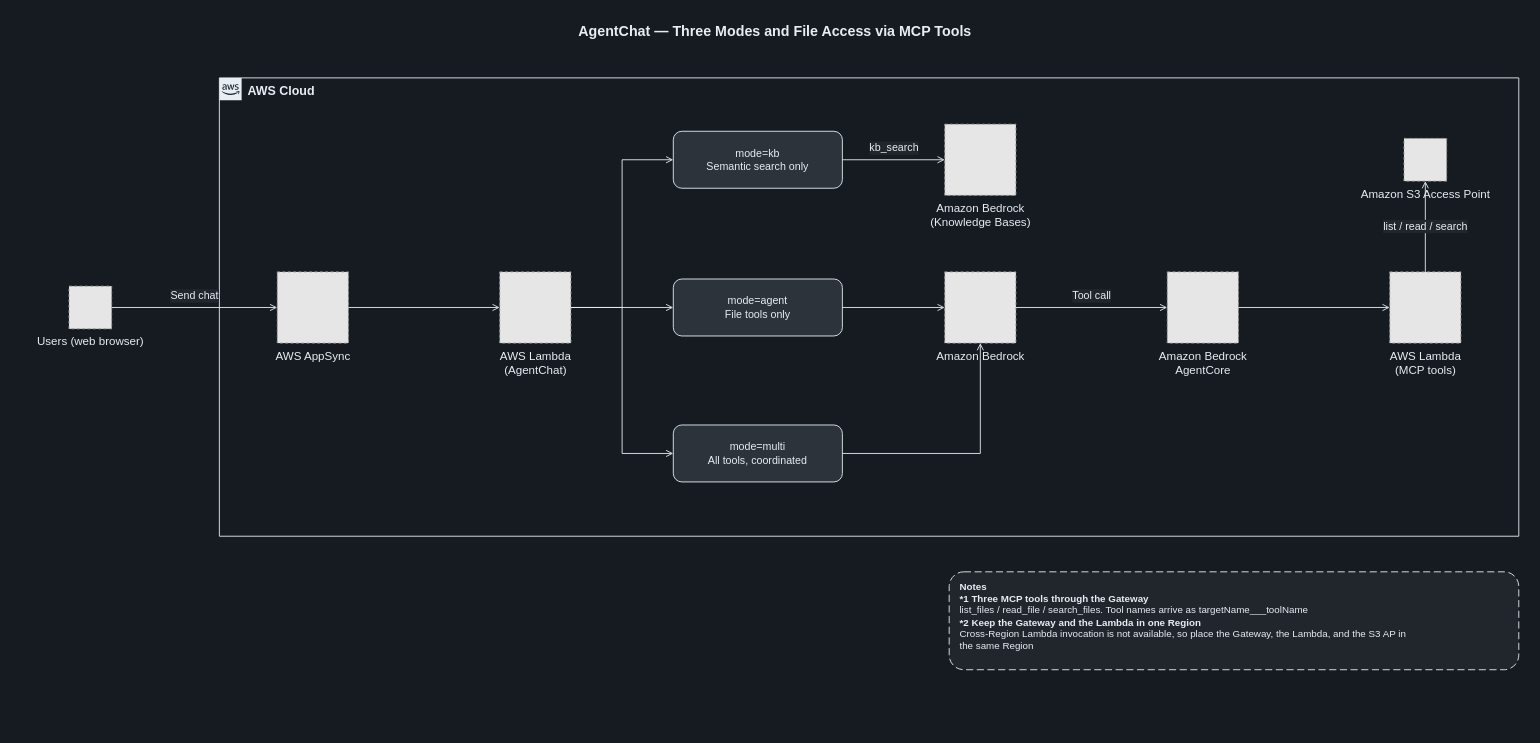
Yoshiki0705/FSx-for-ONTAP-S3AccessPoints-Serverless-Patterns keeps this draw.io diagram as docs/diagrams/dark/part3-agentchat-modes-en.drawio. Above is the earlier version. Source tidied: cells renumbered, new cells numbered last; positions are measured from the earlier drawing's top-left corner, leaving out a move shared by most shapes. Both pictures are drawn from the tidied source at 89%, with x=0, y=0 at pixel (29, 15). Pictures stored in the file or linked from it are replaced by grey dashed boxes.
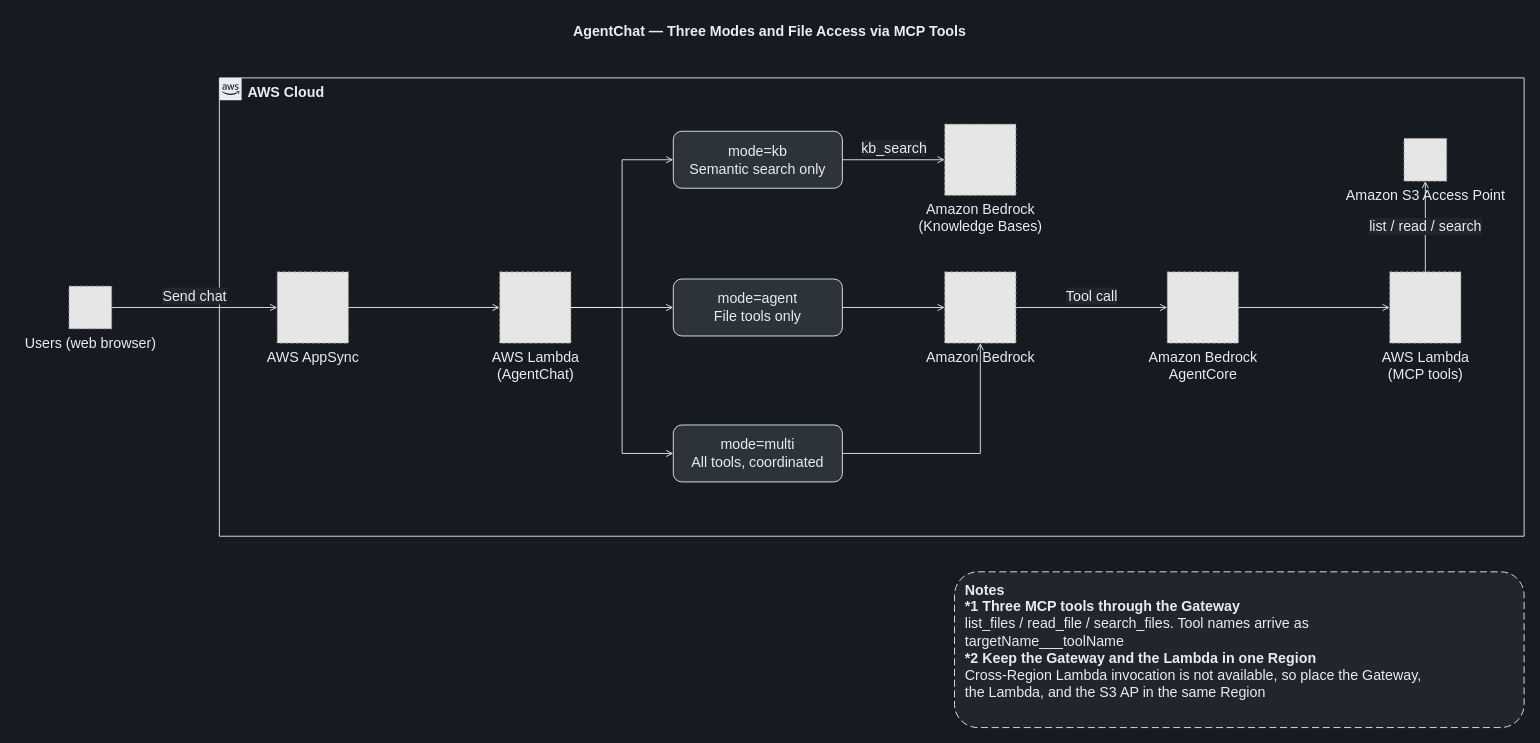
The same diagram, later.

Diff of the diagram source:
```diff
@@
     <mxCell id="2" value="AgentChat — Three Modes and File Access via MCP Tools" style="text;html=1;align=center;verticalAlign=middle;fontSize=16;fontStyle=1;fontColor=#E6EDF3;" parent="1" vertex="1">
-      <mxGeometry width="1673" height="34" as="geometry" />
+      <mxGeometry x="-16" width="1694" height="34" as="geometry" />
     </mxCell>
-    <mxCell id="3" value="AWS Cloud" style="gradientColor=none;html=1;whiteSpace=wrap;fontSize=14;fontStyle=1;shape=mxgraph.aws4.group;grIcon=mxgraph.aws4.group_aws_cloud_alt;strokeColor=#E6EDF3;fillColor=none;verticalAlign=top;align=left;spacingLeft=30;fontColor=#E6EDF3;dashed=0;" parent="1" vertex="1">
-      <mxGeometry x="213" y="70" width="1460" height="515" as="geometry" />
+    <mxCell id="3" value="AWS Cloud" style="gradientColor=none;html=1;whiteSpace=wrap;fontSize=16;fontStyle=1;shape=mxgraph.aws4.group;grIcon=mxgraph.aws4.group_aws_cloud_alt;strokeColor=#E6EDF3;fillColor=none;verticalAlign=top;align=left;spacingLeft=30;fontColor=#E6EDF3;dashed=0;" parent="1" vertex="1">
+      <mxGeometry x="213" y="70" width="1466" height="515" as="geometry" />
     </mxCell>
-    <mxCell id="4" value="Users (web browser)" style="fillColor=#E6E6E6;strokeColor=#999999;dashed=1;html=1;verticalLabelPosition=bottom;verticalAlign=top;labelPosition=center;align=center;fontSize=13;fontColor=#E6EDF3;" parent="1" vertex="1">
+    <mxCell id="4" value="Users (web browser)" style="fillColor=#E6E6E6;strokeColor=#999999;dashed=1;html=1;verticalLabelPosition=bottom;verticalAlign=top;labelPosition=center;align=center;fontSize=16;fontColor=#E6EDF3;" parent="1" vertex="1">
       <mxGeometry x="44" y="304" width="48" height="48" as="geometry" />
     </mxCell>
-    <mxCell id="5" value="AWS AppSync" style="fillColor=#E6E6E6;strokeColor=#999999;dashed=1;html=1;verticalLabelPosition=bottom;verticalAlign=top;labelPosition=center;align=center;fontSize=13;fontColor=#E6EDF3;" parent="1" vertex="1">
+    <mxCell id="5" value="AWS AppSync" style="fillColor=#E6E6E6;strokeColor=#999999;dashed=1;html=1;verticalLabelPosition=bottom;verticalAlign=top;labelPosition=center;align=center;fontSize=16;fontColor=#E6EDF3;" parent="1" vertex="1">
       <mxGeometry x="278" y="288" width="80" height="80" as="geometry" />
     </mxCell>
-    <mxCell id="6" value="AWS Lambda&lt;br&gt;(AgentChat)" style="fillColor=#E6E6E6;strokeColor=#999999;dashed=1;html=1;verticalLabelPosition=bottom;verticalAlign=top;labelPosition=center;align=center;fontSize=13;fontColor=#E6EDF3;" parent="1" vertex="1">
+    <mxCell id="6" value="AWS Lambda&lt;br&gt;(AgentChat)" style="fillColor=#E6E6E6;strokeColor=#999999;dashed=1;html=1;verticalLabelPosition=bottom;verticalAlign=top;labelPosition=center;align=center;fontSize=16;fontColor=#E6EDF3;" parent="1" vertex="1">
       <mxGeometry x="528" y="288" width="80" height="80" as="geometry" />
     </mxCell>
-    <mxCell id="7" value="mode=kb&lt;br&gt;Semantic search only" style="rounded=1;whiteSpace=wrap;html=1;dashed=0;strokeColor=#E6EDF3;fillColor=#2D333B;align=center;verticalAlign=middle;fontSize=12;fontColor=#E6EDF3;" parent="1" vertex="1">
+    <mxCell id="7" value="mode=kb&lt;br&gt;Semantic search only" style="rounded=1;whiteSpace=wrap;html=1;dashed=0;strokeColor=#E6EDF3;fillColor=#2D333B;align=center;verticalAlign=middle;fontSize=16;fontColor=#E6EDF3;" parent="1" vertex="1">
       <mxGeometry x="723" y="130" width="190" height="64" as="geometry" />
     </mxCell>
-    <mxCell id="8" value="mode=agent&lt;br&gt;File tools only" style="rounded=1;whiteSpace=wrap;html=1;dashed=0;strokeColor=#E6EDF3;fillColor=#2D333B;align=center;verticalAlign=middle;fontSize=12;fontColor=#E6EDF3;" parent="1" vertex="1">
+    <mxCell id="8" value="mode=agent&lt;br&gt;File tools only" style="rounded=1;whiteSpace=wrap;html=1;dashed=0;strokeColor=#E6EDF3;fillColor=#2D333B;align=center;verticalAlign=middle;fontSize=16;fontColor=#E6EDF3;" parent="1" vertex="1">
       <mxGeometry x="723" y="296" width="190" height="64" as="geometry" />
     </mxCell>
-    <mxCell id="9" value="mode=multi&lt;br&gt;All tools, coordinated" style="rounded=1;whiteSpace=wrap;html=1;dashed=0;strokeColor=#E6EDF3;fillColor=#2D333B;align=center;verticalAlign=middle;fontSize=12;fontColor=#E6EDF3;" parent="1" vertex="1">
+    <mxCell id="9" value="mode=multi&lt;br&gt;All tools, coordinated" style="rounded=1;whiteSpace=wrap;html=1;dashed=0;strokeColor=#E6EDF3;fillColor=#2D333B;align=center;verticalAlign=middle;fontSize=16;fontColor=#E6EDF3;" parent="1" vertex="1">
       <mxGeometry x="723" y="460" width="190" height="64" as="geometry" />
     </mxCell>
-    <mxCell id="10" value="Amazon Bedrock&lt;br&gt;(Knowledge Bases)" style="fillColor=#E6E6E6;strokeColor=#999999;dashed=1;html=1;verticalLabelPosition=bottom;verticalAlign=top;labelPosition=center;align=center;fontSize=13;fontColor=#E6EDF3;" parent="1" vertex="1">
+    <mxCell id="10" value="Amazon Bedrock&lt;br&gt;(Knowledge Bases)" style="fillColor=#E6E6E6;strokeColor=#999999;dashed=1;html=1;verticalLabelPosition=bottom;verticalAlign=top;labelPosition=center;align=center;fontSize=16;fontColor=#E6EDF3;" parent="1" vertex="1">
       <mxGeometry x="1028" y="122" width="80" height="80" as="geometry" />
     </mxCell>
-    <mxCell id="11" value="Amazon Bedrock" style="fillColor=#E6E6E6;strokeColor=#999999;dashed=1;html=1;verticalLabelPosition=bottom;verticalAlign=top;labelPosition=center;align=center;fontSize=13;fontColor=#E6EDF3;" parent="1" vertex="1">
+    <mxCell id="11" value="Amazon Bedrock" style="fillColor=#E6E6E6;strokeColor=#999999;dashed=1;html=1;verticalLabelPosition=bottom;verticalAlign=top;labelPosition=center;align=center;fontSize=16;fontColor=#E6EDF3;" parent="1" vertex="1">
       <mxGeometry x="1028" y="288" width="80" height="80" as="geometry" />
     </mxCell>
-    <mxCell id="12" value="Amazon Bedrock&lt;br&gt;AgentCore" style="fillColor=#E6E6E6;strokeColor=#999999;dashed=1;html=1;verticalLabelPosition=bottom;verticalAlign=top;labelPosition=center;align=center;fontSize=13;fontColor=#E6EDF3;" parent="1" vertex="1">
+    <mxCell id="12" value="Amazon Bedrock&lt;br&gt;AgentCore" style="fillColor=#E6E6E6;strokeColor=#999999;dashed=1;html=1;verticalLabelPosition=bottom;verticalAlign=top;labelPosition=center;align=center;fontSize=16;fontColor=#E6EDF3;" parent="1" vertex="1">
       <mxGeometry x="1278" y="288" width="80" height="80" as="geometry" />
     </mxCell>
-    <mxCell id="13" value="AWS Lambda&lt;br&gt;(MCP tools)" style="fillColor=#E6E6E6;strokeColor=#999999;dashed=1;html=1;verticalLabelPosition=bottom;verticalAlign=top;labelPosition=center;align=center;fontSize=13;fontColor=#E6EDF3;" parent="1" vertex="1">
+    <mxCell id="13" value="AWS Lambda&lt;br&gt;(MCP tools)" style="fillColor=#E6E6E6;strokeColor=#999999;dashed=1;html=1;verticalLabelPosition=bottom;verticalAlign=top;labelPosition=center;align=center;fontSize=16;fontColor=#E6EDF3;" parent="1" vertex="1">
       <mxGeometry x="1528" y="288" width="80" height="80" as="geometry" />
     </mxCell>
-    <mxCell id="14" value="Amazon S3 Access Point" style="fillColor=#E6E6E6;strokeColor=#999999;dashed=1;html=1;verticalLabelPosition=bottom;verticalAlign=top;labelPosition=center;align=center;fontSize=13;fontColor=#E6EDF3;" parent="1" vertex="1">
+    <mxCell id="14" value="Amazon S3 Access Point" style="fillColor=#E6E6E6;strokeColor=#999999;dashed=1;html=1;verticalLabelPosition=bottom;verticalAlign=top;labelPosition=center;align=center;fontSize=16;fontColor=#E6EDF3;" parent="1" vertex="1">
       <mxGeometry x="1544" y="138" width="48" height="48" as="geometry" />
     </mxCell>
-    <mxCell id="15" value="Send chat" style="edgeStyle=orthogonalEdgeStyle;rounded=0;jettySize=auto;html=1;endArrow=open;endFill=0;strokeColor=#E6EDF3;strokeWidth=1;fontSize=12;fontColor=#E6EDF3;labelBackgroundColor=#21262D;" parent="1" edge="1" source="4" target="5">
+    <mxCell id="15" value="Send chat" style="edgeStyle=orthogonalEdgeStyle;rounded=0;jettySize=auto;html=1;endArrow=open;endFill=0;strokeColor=#E6EDF3;strokeWidth=1;fontSize=16;fontColor=#E6EDF3;labelBackgroundColor=#21262D;" parent="1" edge="1" source="4" target="5">
       <mxGeometry relative="1" as="geometry">
         <mxPoint y="-13" as="offset" />
       </mxGeometry>
     </mxCell>
-    <mxCell id="16" style="edgeStyle=orthogonalEdgeStyle;rounded=0;jettySize=auto;html=1;endArrow=open;endFill=0;strokeColor=#E6EDF3;strokeWidth=1;fontSize=12;fontColor=#E6EDF3;labelBackgroundColor=#21262D;" parent="1" edge="1" source="5" target="6">
+    <mxCell id="16" style="edgeStyle=orthogonalEdgeStyle;rounded=0;jettySize=auto;html=1;endArrow=open;endFill=0;strokeColor=#E6EDF3;strokeWidth=1;fontSize=16;fontColor=#E6EDF3;labelBackgroundColor=#21262D;" parent="1" edge="1" source="5" target="6">
       <mxGeometry relative="1" as="geometry" />
     </mxCell>
-    <mxCell id="17" style="edgeStyle=orthogonalEdgeStyle;rounded=0;jettySize=auto;html=1;endArrow=open;endFill=0;strokeColor=#E6EDF3;strokeWidth=1;fontSize=12;fontColor=#E6EDF3;labelBackgroundColor=#21262D;exitX=1;exitY=0.5;exitDx=0;exitDy=0;entryX=0;entryY=0.5;entryDx=0;entryDy=0;" parent="1" edge="1" source="6" target="7">
+    <mxCell id="17" style="edgeStyle=orthogonalEdgeStyle;rounded=0;jettySize=auto;html=1;endArrow=open;endFill=0;strokeColor=#E6EDF3;strokeWidth=1;fontSize=16;fontColor=#E6EDF3;labelBackgroundColor=#21262D;exitX=1;exitY=0.5;exitDx=0;exitDy=0;entryX=0;entryY=0.5;entryDx=0;entryDy=0;" parent="1" edge="1" source="6" target="7">
       <mxGeometry relative="1" as="geometry" />
     </mxCell>
-    <mxCell id="18" style="edgeStyle=orthogonalEdgeStyle;rounded=0;jettySize=auto;html=1;endArrow=open;endFill=0;strokeColor=#E6EDF3;strokeWidth=1;fontSize=12;fontColor=#E6EDF3;labelBackgroundColor=#21262D;exitX=1;exitY=0.5;exitDx=0;exitDy=0;entryX=0;entryY=0.5;entryDx=0;entryDy=0;" parent="1" edge="1" source="6" target="8">
+    <mxCell id="18" style="edgeStyle=orthogonalEdgeStyle;rounded=0;jettySize=auto;html=1;endArrow=open;endFill=0;strokeColor=#E6EDF3;strokeWidth=1;fontSize=16;fontColor=#E6EDF3;labelBackgroundColor=#21262D;exitX=1;exitY=0.5;exitDx=0;exitDy=0;entryX=0;entryY=0.5;entryDx=0;entryDy=0;" parent="1" edge="1" source="6" target="8">
       <mxGeometry relative="1" as="geometry" />
     </mxCell>
-    <mxCell id="19" style="edgeStyle=orthogonalEdgeStyle;rounded=0;jettySize=auto;html=1;endArrow=open;endFill=0;strokeColor=#E6EDF3;strokeWidth=1;fontSize=12;fontColor=#E6EDF3;labelBackgroundColor=#21262D;exitX=1;exitY=0.5;exitDx=0;exitDy=0;entryX=0;entryY=0.5;entryDx=0;entryDy=0;" parent="1" edge="1" source="6" target="9">
+    <mxCell id="19" style="edgeStyle=orthogonalEdgeStyle;rounded=0;jettySize=auto;html=1;endArrow=open;endFill=0;strokeColor=#E6EDF3;strokeWidth=1;fontSize=16;fontColor=#E6EDF3;labelBackgroundColor=#21262D;exitX=1;exitY=0.5;exitDx=0;exitDy=0;entryX=0;entryY=0.5;entryDx=0;entryDy=0;" parent="1" edge="1" source="6" target="9">
       <mxGeometry relative="1" as="geometry" />
     </mxCell>
-    <mxCell id="20" value="kb_search" style="edgeStyle=orthogonalEdgeStyle;rounded=0;jettySize=auto;html=1;endArrow=open;endFill=0;strokeColor=#E6EDF3;strokeWidth=1;fontSize=12;fontColor=#E6EDF3;labelBackgroundColor=#21262D;" parent="1" edge="1" source="7" target="10">
+    <mxCell id="20" value="kb_search" style="edgeStyle=orthogonalEdgeStyle;rounded=0;jettySize=auto;html=1;endArrow=open;endFill=0;strokeColor=#E6EDF3;strokeWidth=1;fontSize=16;fontColor=#E6EDF3;labelBackgroundColor=#21262D;" parent="1" edge="1" source="7" target="10">
       <mxGeometry relative="1" as="geometry">
         <mxPoint y="-13" as="offset" />
       </mxGeometry>
     </mxCell>
-    <mxCell id="21" style="edgeStyle=orthogonalEdgeStyle;rounded=0;jettySize=auto;html=1;endArrow=open;endFill=0;strokeColor=#E6EDF3;strokeWidth=1;fontSize=12;fontColor=#E6EDF3;labelBackgroundColor=#21262D;" parent="1" edge="1" source="8" target="11">
+    <mxCell id="21" style="edgeStyle=orthogonalEdgeStyle;rounded=0;jettySize=auto;html=1;endArrow=open;endFill=0;strokeColor=#E6EDF3;strokeWidth=1;fontSize=16;fontColor=#E6EDF3;labelBackgroundColor=#21262D;" parent="1" edge="1" source="8" target="11">
       <mxGeometry relative="1" as="geometry" />
     </mxCell>
-    <mxCell id="22" style="edgeStyle=orthogonalEdgeStyle;rounded=0;jettySize=auto;html=1;endArrow=open;endFill=0;strokeColor=#E6EDF3;strokeWidth=1;fontSize=12;fontColor=#E6EDF3;labelBackgroundColor=#21262D;" parent="1" edge="1" source="9" target="11">
+    <mxCell id="22" style="edgeStyle=orthogonalEdgeStyle;rounded=0;jettySize=auto;html=1;endArrow=open;endFill=0;strokeColor=#E6EDF3;strokeWidth=1;fontSize=16;fontColor=#E6EDF3;labelBackgroundColor=#21262D;" parent="1" edge="1" source="9" target="11">
       <mxGeometry relative="1" as="geometry" />
     </mxCell>
-    <mxCell id="23" value="Tool call" style="edgeStyle=orthogonalEdgeStyle;rounded=0;jettySize=auto;html=1;endArrow=open;endFill=0;strokeColor=#E6EDF3;strokeWidth=1;fontSize=12;fontColor=#E6EDF3;labelBackgroundColor=#21262D;" parent="1" edge="1" source="11" target="12">
+    <mxCell id="23" value="Tool call" style="edgeStyle=orthogonalEdgeStyle;rounded=0;jettySize=auto;html=1;endArrow=open;endFill=0;strokeColor=#E6EDF3;strokeWidth=1;fontSize=16;fontColor=#E6EDF3;labelBackgroundColor=#21262D;" parent="1" edge="1" source="11" target="12">
       <mxGeometry relative="1" as="geometry">
         <mxPoint y="-13" as="offset" />
       </mxGeometry>
     </mxCell>
-    <mxCell id="24" style="edgeStyle=orthogonalEdgeStyle;rounded=0;jettySize=auto;html=1;endArrow=open;endFill=0;strokeColor=#E6EDF3;strokeWidth=1;fontSize=12;fontColor=#E6EDF3;labelBackgroundColor=#21262D;" parent="1" edge="1" source="12" target="13">
+    <mxCell id="24" style="edgeStyle=orthogonalEdgeStyle;rounded=0;jettySize=auto;html=1;endArrow=open;endFill=0;strokeColor=#E6EDF3;strokeWidth=1;fontSize=16;fontColor=#E6EDF3;labelBackgroundColor=#21262D;" parent="1" edge="1" source="12" target="13">
       <mxGeometry relative="1" as="geometry" />
     </mxCell>
-    <mxCell id="25" value="list / read / search" style="edgeStyle=orthogonalEdgeStyle;rounded=0;jettySize=auto;html=1;endArrow=open;endFill=0;strokeColor=#E6EDF3;strokeWidth=1;fontSize=12;fontColor=#E6EDF3;labelBackgroundColor=#21262D;" parent="1" edge="1" source="13" target="14">
+    <mxCell id="25" value="list / read / search" style="edgeStyle=orthogonalEdgeStyle;rounded=0;jettySize=auto;html=1;endArrow=open;endFill=0;strokeColor=#E6EDF3;strokeWidth=1;fontSize=16;fontColor=#E6EDF3;labelBackgroundColor=#21262D;" parent="1" edge="1" source="13" target="14">
       <mxGeometry relative="1" as="geometry" />
     </mxCell>
-    <mxCell id="26" value="&lt;b&gt;Notes&lt;/b&gt;&lt;br&gt;&lt;b&gt;*1 Three MCP tools through the Gateway&lt;/b&gt;&lt;br&gt;list_files / read_file / search_files. Tool names arrive as targetName___toolName&lt;br&gt;&lt;b&gt;*2 Keep the Gateway and the Lambda in one Region&lt;/b&gt;&lt;br&gt;Cross-Region Lambda invocation is not available, so place the Gateway, the Lambda, and the S3 AP in&lt;br&gt;the same Region" style="rounded=1;whiteSpace=wrap;html=1;dashed=1;dashPattern=8 4;strokeColor=#E6EDF3;fillColor=#21262D;align=left;verticalAlign=top;spacingLeft=10;spacingTop=4;fontSize=11;fontColor=#E6EDF3;" parent="1" vertex="1">
-      <mxGeometry x="1033" y="625" width="640" height="110" as="geometry" />
+    <mxCell id="26" value="&lt;b&gt;Notes&lt;/b&gt;&lt;br&gt;&lt;b&gt;*1 Three MCP tools through the Gateway&lt;/b&gt;&lt;br&gt;list_files / read_file / search_files. Tool names arrive as&lt;br&gt;targetName___toolName&lt;br&gt;&lt;b&gt;*2 Keep the Gateway and the Lambda in one Region&lt;/b&gt;&lt;br&gt;Cross-Region Lambda invocation is not available, so place the Gateway,&lt;br&gt;the Lambda, and the S3 AP in the same Region" style="rounded=1;whiteSpace=wrap;html=1;dashed=1;dashPattern=8 4;strokeColor=#E6EDF3;fillColor=#21262D;align=left;verticalAlign=top;spacingLeft=10;spacingTop=4;fontSize=16;fontColor=#E6EDF3;" parent="1" vertex="1">
+      <mxGeometry x="1039" y="625" width="640" height="175" as="geometry" />
     </mxCell>
```
